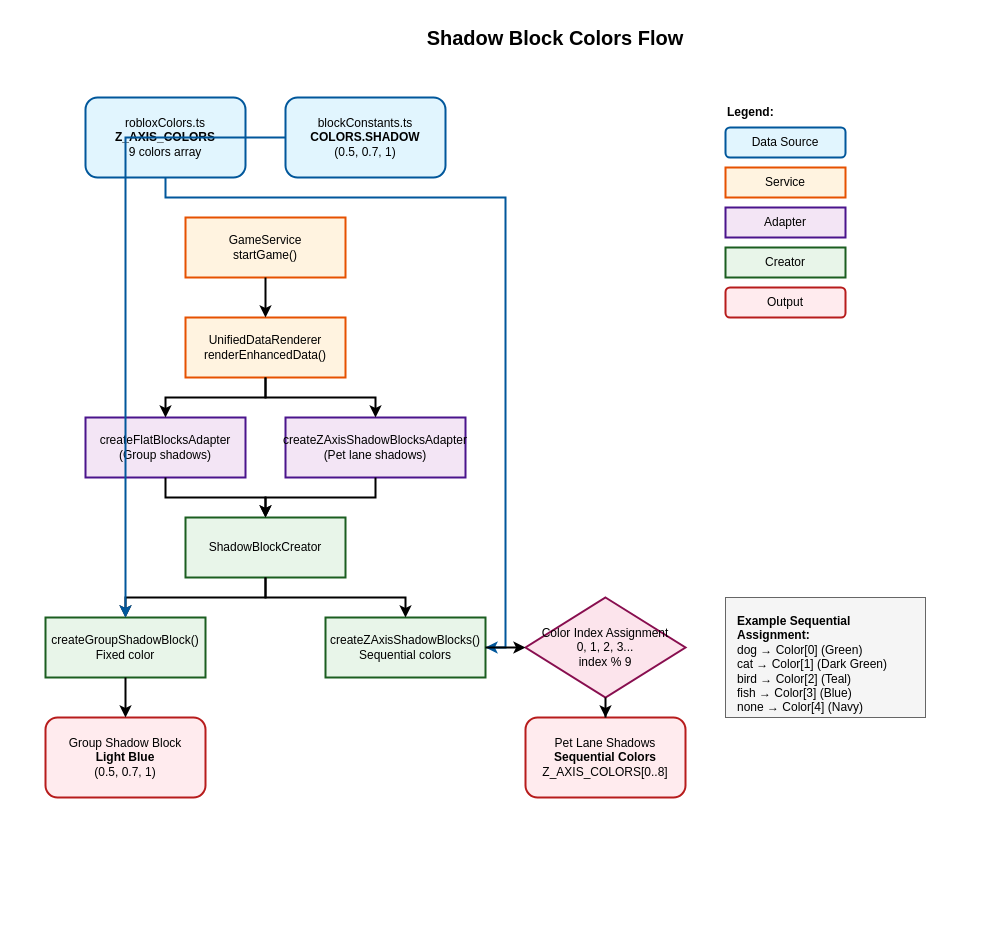
Matt-Hill-83/roblox-mapper-002 keeps this draw.io diagram as 000ColorsFlow.drawio. Above is the earlier version. Source tidied: cells renumbered, new cells numbered last; positions are measured from the earlier drawing's top-left corner, leaving out a move shared by most shapes. Both pictures are drawn from the tidied source at 100%, with x=0, y=0 at pixel (45, 17).
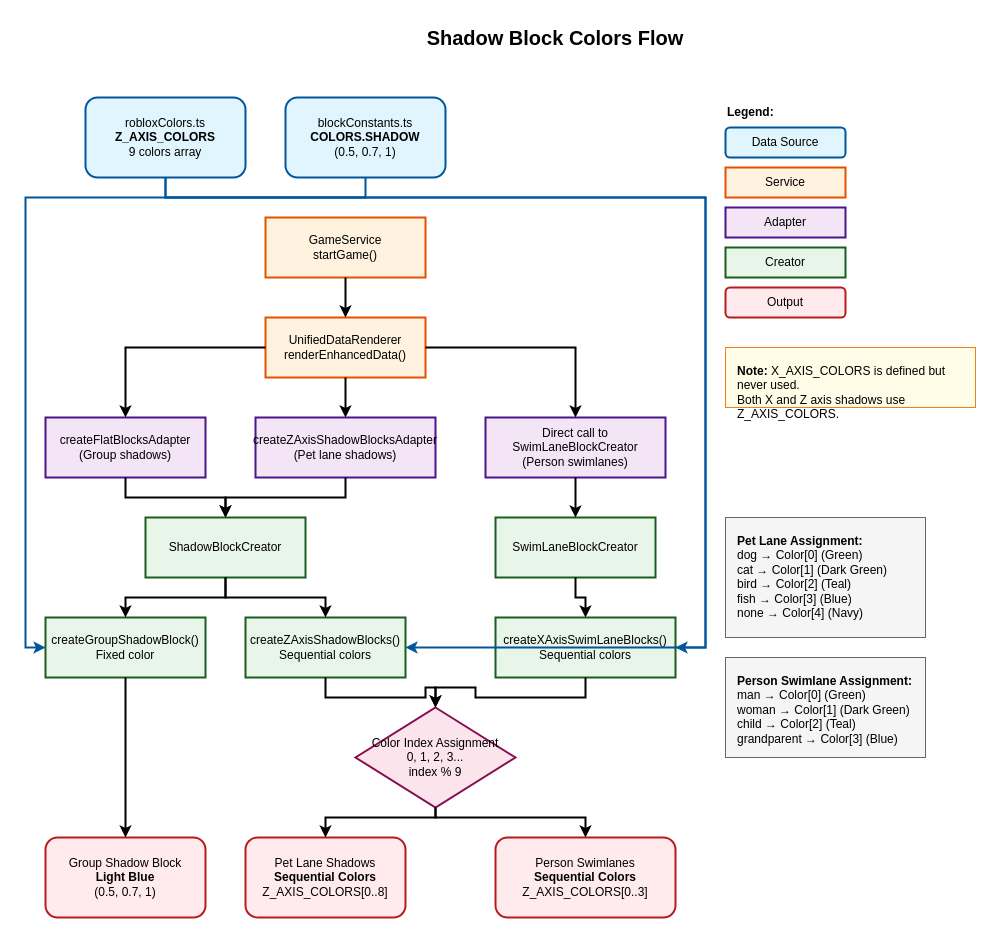
Above is the later version.

Commit message (it also covers changes not shown here):
Double font size on endcaps from 36 to 72

🤖 Generated with [Claude Code](https://claude.ai/code)

Unchanged cells that the change refers to:
```xml
<mxCell id="3" value="robloxColors.ts&lt;br&gt;&lt;b&gt;Z_AXIS_COLORS&lt;/b&gt;&lt;br&gt;9 colors array" style="rounded=1;whiteSpace=wrap;html=1;fillColor=#e1f5fe;strokeColor=#01579b;strokeWidth=2;" parent="1" vertex="1">
  <mxGeometry x="40" y="80" width="160" height="80" as="geometry" />
</mxCell>
<mxCell id="4" value="blockConstants.ts&lt;br&gt;&lt;b&gt;COLORS.SHADOW&lt;/b&gt;&lt;br&gt;(0.5, 0.7, 1)" style="rounded=1;whiteSpace=wrap;html=1;fillColor=#e1f5fe;strokeColor=#01579b;strokeWidth=2;" parent="1" vertex="1">
  <mxGeometry x="240" y="80" width="160" height="80" as="geometry" />
</mxCell>
<mxCell id="10" value="createGroupShadowBlock()&lt;br&gt;Fixed color" style="rounded=0;whiteSpace=wrap;html=1;fillColor=#e8f5e9;strokeColor=#1b5e20;strokeWidth=2;" parent="1" vertex="1">
  <mxGeometry y="600" width="160" height="60" as="geometry" />
</mxCell>
```

Diff of the diagram source:
```diff
@@
     <mxCell id="5" value="GameService&lt;br&gt;startGame()" style="rounded=0;whiteSpace=wrap;html=1;fillColor=#fff3e0;strokeColor=#e65100;strokeWidth=2;" parent="1" vertex="1">
-      <mxGeometry x="140" y="200" width="160" height="60" as="geometry" />
+      <mxGeometry x="220" y="200" width="160" height="60" as="geometry" />
     </mxCell>
     <mxCell id="6" value="UnifiedDataRenderer&lt;br&gt;renderEnhancedData()" style="rounded=0;whiteSpace=wrap;html=1;fillColor=#fff3e0;strokeColor=#e65100;strokeWidth=2;" parent="1" vertex="1">
-      <mxGeometry x="140" y="300" width="160" height="60" as="geometry" />
+      <mxGeometry x="220" y="300" width="160" height="60" as="geometry" />
     </mxCell>
     <mxCell id="7" value="createFlatBlocksAdapter&lt;br&gt;(Group shadows)" style="rounded=0;whiteSpace=wrap;html=1;fillColor=#f3e5f5;strokeColor=#4a148c;strokeWidth=2;" parent="1" vertex="1">
-      <mxGeometry x="40" y="400" width="160" height="60" as="geometry" />
+      <mxGeometry y="400" width="160" height="60" as="geometry" />
     </mxCell>
     <mxCell id="8" value="createZAxisShadowBlocksAdapter&lt;br&gt;(Pet lane shadows)" style="rounded=0;whiteSpace=wrap;html=1;fillColor=#f3e5f5;strokeColor=#4a148c;strokeWidth=2;" parent="1" vertex="1">
-      <mxGeometry x="240" y="400" width="180" height="60" as="geometry" />
+      <mxGeometry x="210" y="400" width="180" height="60" as="geometry" />
     </mxCell>
+    <mxCell id="34" value="Direct call to&lt;br&gt;SwimLaneBlockCreator&lt;br&gt;(Person swimlanes)" style="rounded=0;whiteSpace=wrap;html=1;fillColor=#f3e5f5;strokeColor=#4a148c;strokeWidth=2;" parent="1" vertex="1">
+      <mxGeometry x="440" y="400" width="180" height="60" as="geometry" />
+    </mxCell>
     <mxCell id="9" value="ShadowBlockCreator" style="rounded=0;whiteSpace=wrap;html=1;fillColor=#e8f5e9;strokeColor=#1b5e20;strokeWidth=2;" parent="1" vertex="1">
-      <mxGeometry x="140" y="500" width="160" height="60" as="geometry" />
+      <mxGeometry x="100" y="500" width="160" height="60" as="geometry" />
     </mxCell>
+    <mxCell id="35" value="SwimLaneBlockCreator" style="rounded=0;whiteSpace=wrap;html=1;fillColor=#e8f5e9;strokeColor=#1b5e20;strokeWidth=2;" parent="1" vertex="1">
+      <mxGeometry x="450" y="500" width="160" height="60" as="geometry" />
+    </mxCell>
@@
     <mxCell id="11" value="createZAxisShadowBlocks()&lt;br&gt;Sequential colors" style="rounded=0;whiteSpace=wrap;html=1;fillColor=#e8f5e9;strokeColor=#1b5e20;strokeWidth=2;" parent="1" vertex="1">
-      <mxGeometry x="280" y="600" width="160" height="60" as="geometry" />
+      <mxGeometry x="200" y="600" width="160" height="60" as="geometry" />
     </mxCell>
+    <mxCell id="36" value="createXAxisSwimLaneBlocks()&lt;br&gt;Sequential colors" style="rounded=0;whiteSpace=wrap;html=1;fillColor=#e8f5e9;strokeColor=#1b5e20;strokeWidth=2;" parent="1" vertex="1">
+      <mxGeometry x="450" y="600" width="180" height="60" as="geometry" />
+    </mxCell>
     <mxCell id="12" value="Color Index Assignment&lt;br&gt;0, 1, 2, 3...&lt;br&gt;index % 9" style="rhombus;whiteSpace=wrap;html=1;fillColor=#fce4ec;strokeColor=#880e4f;strokeWidth=2;" parent="1" vertex="1">
-      <mxGeometry x="480" y="580" width="160" height="100" as="geometry" />
+      <mxGeometry x="310" y="690" width="160" height="100" as="geometry" />
     </mxCell>
     <mxCell id="13" value="Group Shadow Block&lt;br&gt;&lt;b&gt;Light Blue&lt;/b&gt;&lt;br&gt;(0.5, 0.7, 1)" style="rounded=1;whiteSpace=wrap;html=1;fillColor=#ffebee;strokeColor=#b71c1c;strokeWidth=2;" parent="1" vertex="1">
-      <mxGeometry y="700" width="160" height="80" as="geometry" />
+      <mxGeometry y="820" width="160" height="80" as="geometry" />
     </mxCell>
     <mxCell id="14" value="Pet Lane Shadows&lt;br&gt;&lt;b&gt;Sequential Colors&lt;/b&gt;&lt;br&gt;Z_AXIS_COLORS[0..8]" style="rounded=1;whiteSpace=wrap;html=1;fillColor=#ffebee;strokeColor=#b71c1c;strokeWidth=2;" parent="1" vertex="1">
-      <mxGeometry x="480" y="700" width="160" height="80" as="geometry" />
+      <mxGeometry x="200" y="820" width="160" height="80" as="geometry" />
     </mxCell>
-    <mxCell id="15" value="&lt;b&gt;Example Sequential Assignment:&lt;/b&gt;&lt;br&gt;dog → Color[0] (Green)&lt;br&gt;cat → Color[1] (Dark Green)&lt;br&gt;bird → Color[2] (Teal)&lt;br&gt;fish → Color[3] (Blue)&lt;br&gt;none → Color[4] (Navy)" style="rounded=0;whiteSpace=wrap;html=1;fillColor=#f5f5f5;strokeColor=#666666;strokeWidth=1;align=left;verticalAlign=top;spacingLeft=10;spacingTop=10;" parent="1" vertex="1">
-      <mxGeometry x="680" y="580" width="200" height="120" as="geometry" />
-    </mxCell>
+    <mxCell id="37" value="Person Swimlanes&lt;br&gt;&lt;b&gt;Sequential Colors&lt;/b&gt;&lt;br&gt;Z_AXIS_COLORS[0..3]" style="rounded=1;whiteSpace=wrap;html=1;fillColor=#ffebee;strokeColor=#b71c1c;strokeWidth=2;" parent="1" vertex="1">
+      <mxGeometry x="450" y="820" width="180" height="80" as="geometry" />
+    </mxCell>
+    <mxCell id="38" value="&lt;b&gt;Pet Lane Assignment:&lt;/b&gt;&lt;br&gt;dog → Color[0] (Green)&lt;br&gt;cat → Color[1] (Dark Green)&lt;br&gt;bird → Color[2] (Teal)&lt;br&gt;fish → Color[3] (Blue)&lt;br&gt;none → Color[4] (Navy)" style="rounded=0;whiteSpace=wrap;html=1;fillColor=#f5f5f5;strokeColor=#666666;strokeWidth=1;align=left;verticalAlign=top;spacingLeft=10;spacingTop=10;" parent="1" vertex="1">
+      <mxGeometry x="680" y="500" width="200" height="120" as="geometry" />
+    </mxCell>
+    <mxCell id="39" value="&lt;b&gt;Person Swimlane Assignment:&lt;/b&gt;&lt;br&gt;man → Color[0] (Green)&lt;br&gt;woman → Color[1] (Dark Green)&lt;br&gt;child → Color[2] (Teal)&lt;br&gt;grandparent → Color[3] (Blue)" style="rounded=0;whiteSpace=wrap;html=1;fillColor=#f5f5f5;strokeColor=#666666;strokeWidth=1;align=left;verticalAlign=top;spacingLeft=10;spacingTop=10;" parent="1" vertex="1">
+      <mxGeometry x="680" y="640" width="200" height="100" as="geometry" />
+    </mxCell>
@@
+    <mxCell id="40" style="edgeStyle=orthogonalEdgeStyle;rounded=0;jettySize=auto;html=1;strokeWidth=2;" parent="1" edge="1" source="6" target="34">
+      <mxGeometry relative="1" as="geometry" />
+    </mxCell>
@@
+    <mxCell id="41" style="edgeStyle=orthogonalEdgeStyle;rounded=0;jettySize=auto;html=1;strokeWidth=2;" parent="1" edge="1" source="8" target="9">
+      <mxGeometry relative="1" as="geometry" />
+    </mxCell>
+    <mxCell id="42" style="edgeStyle=orthogonalEdgeStyle;rounded=0;jettySize=auto;html=1;strokeWidth=2;" parent="1" edge="1" source="34" target="35">
+      <mxGeometry relative="1" as="geometry" />
+    </mxCell>
+    <mxCell id="21" style="edgeStyle=orthogonalEdgeStyle;rounded=0;jettySize=auto;html=1;strokeWidth=2;" parent="1" edge="1" source="9" target="10">
+      <mxGeometry relative="1" as="geometry" />
+    </mxCell>
+    <mxCell id="43" style="edgeStyle=orthogonalEdgeStyle;rounded=0;jettySize=auto;html=1;strokeWidth=2;" parent="1" edge="1" source="9" target="11">
+      <mxGeometry relative="1" as="geometry" />
+    </mxCell>
+    <mxCell id="44" style="edgeStyle=orthogonalEdgeStyle;rounded=0;jettySize=auto;html=1;strokeWidth=2;" parent="1" edge="1" source="35" target="36">
+      <mxGeometry relative="1" as="geometry" />
+    </mxCell>
-    <mxCell id="20" style="edgeStyle=orthogonalEdgeStyle;rounded=0;jettySize=auto;html=1;strokeWidth=2;" parent="1" edge="1" source="8" target="9">
-      <mxGeometry relative="1" as="geometry" />
+    <mxCell id="20" style="edgeStyle=orthogonalEdgeStyle;rounded=0;jettySize=auto;html=1;strokeWidth=2;strokeColor=#01579b;" parent="1" edge="1" source="4" target="10">
+      <mxGeometry relative="1" as="geometry">
+        <Array as="points">
+          <mxPoint x="320" y="180" />
+          <mxPoint x="-20" y="180" />
+          <mxPoint x="-20" y="630" />
+          <mxPoint x="80" y="630" />
+        </Array>
+      </mxGeometry>
     </mxCell>
-    <mxCell id="21" style="edgeStyle=orthogonalEdgeStyle;rounded=0;jettySize=auto;html=1;strokeWidth=2;" parent="1" edge="1" source="9" target="10">
-      <mxGeometry relative="1" as="geometry" />
-    </mxCell>
+    <mxCell id="24" style="edgeStyle=orthogonalEdgeStyle;rounded=0;jettySize=auto;html=1;strokeWidth=2;strokeColor=#01579b;" parent="1" edge="1" source="3" target="11">
+      <mxGeometry relative="1" as="geometry">
+        <Array as="points">
+          <mxPoint x="120" y="180" />
+          <mxPoint x="660" y="180" />
+          <mxPoint x="660" y="630" />
+          <mxPoint x="280" y="630" />
+        </Array>
+      </mxGeometry>
+    </mxCell>
+    <mxCell id="45" style="edgeStyle=orthogonalEdgeStyle;rounded=0;jettySize=auto;html=1;strokeWidth=2;strokeColor=#01579b;" parent="1" edge="1" source="3" target="36">
+      <mxGeometry relative="1" as="geometry">
+        <Array as="points">
+          <mxPoint x="120" y="180" />
+          <mxPoint x="660" y="180" />
+          <mxPoint x="660" y="630" />
+          <mxPoint x="540" y="630" />
+        </Array>
+      </mxGeometry>
+    </mxCell>
-    <mxCell id="22" style="edgeStyle=orthogonalEdgeStyle;rounded=0;jettySize=auto;html=1;strokeWidth=2;" parent="1" edge="1" source="9" target="11">
+    <mxCell id="22" style="edgeStyle=orthogonalEdgeStyle;rounded=0;jettySize=auto;html=1;strokeWidth=2;" parent="1" edge="1" source="10" target="13">
       <mxGeometry relative="1" as="geometry" />
     </mxCell>
-    <mxCell id="23" style="edgeStyle=orthogonalEdgeStyle;rounded=0;jettySize=auto;html=1;strokeWidth=2;strokeColor=#01579b;" parent="1" edge="1" source="4" target="10">
-      <mxGeometry relative="1" as="geometry" />
-    </mxCell>
-    <mxCell id="24" style="edgeStyle=orthogonalEdgeStyle;rounded=0;jettySize=auto;html=1;strokeWidth=2;strokeColor=#01579b;" parent="1" edge="1" source="3" target="11">
-      <mxGeometry relative="1" as="geometry">
-        <Array as="points">
-          <mxPoint x="120" y="180" />
-          <mxPoint x="460" y="180" />
-          <mxPoint x="460" y="630" />
-        </Array>
-      </mxGeometry>
-    </mxCell>
-    <mxCell id="25" style="edgeStyle=orthogonalEdgeStyle;rounded=0;jettySize=auto;html=1;strokeWidth=2;" parent="1" edge="1" source="10" target="13">
-      <mxGeometry relative="1" as="geometry" />
-    </mxCell>
@@
+    <mxCell id="46" style="edgeStyle=orthogonalEdgeStyle;rounded=0;jettySize=auto;html=1;strokeWidth=2;" parent="1" edge="1" source="36" target="12">
+      <mxGeometry relative="1" as="geometry" />
+    </mxCell>
     <mxCell id="27" style="edgeStyle=orthogonalEdgeStyle;rounded=0;jettySize=auto;html=1;strokeWidth=2;" parent="1" edge="1" source="12" target="14">
-      <mxGeometry relative="1" as="geometry" />
+      <mxGeometry relative="1" as="geometry">
+        <Array as="points">
+          <mxPoint x="390" y="800" />
+          <mxPoint x="280" y="800" />
+        </Array>
+      </mxGeometry>
     </mxCell>
+    <mxCell id="47" style="edgeStyle=orthogonalEdgeStyle;rounded=0;jettySize=auto;html=1;strokeWidth=2;" parent="1" edge="1" source="12" target="37">
+      <mxGeometry relative="1" as="geometry">
+        <Array as="points">
+          <mxPoint x="390" y="800" />
+          <mxPoint x="540" y="800" />
+        </Array>
+      </mxGeometry>
+    </mxCell>
@@
+    <mxCell id="48" value="&lt;b&gt;Note:&lt;/b&gt; X_AXIS_COLORS is defined but never used.&lt;br&gt;Both X and Z axis shadows use Z_AXIS_COLORS." style="rounded=0;whiteSpace=wrap;html=1;fillColor=#fffde7;strokeColor=#f57f17;strokeWidth=1;align=left;verticalAlign=top;spacingLeft=10;spacingTop=10;" parent="1" vertex="1">
+      <mxGeometry x="680" y="330" width="250" height="60" as="geometry" />
+    </mxCell>
```
